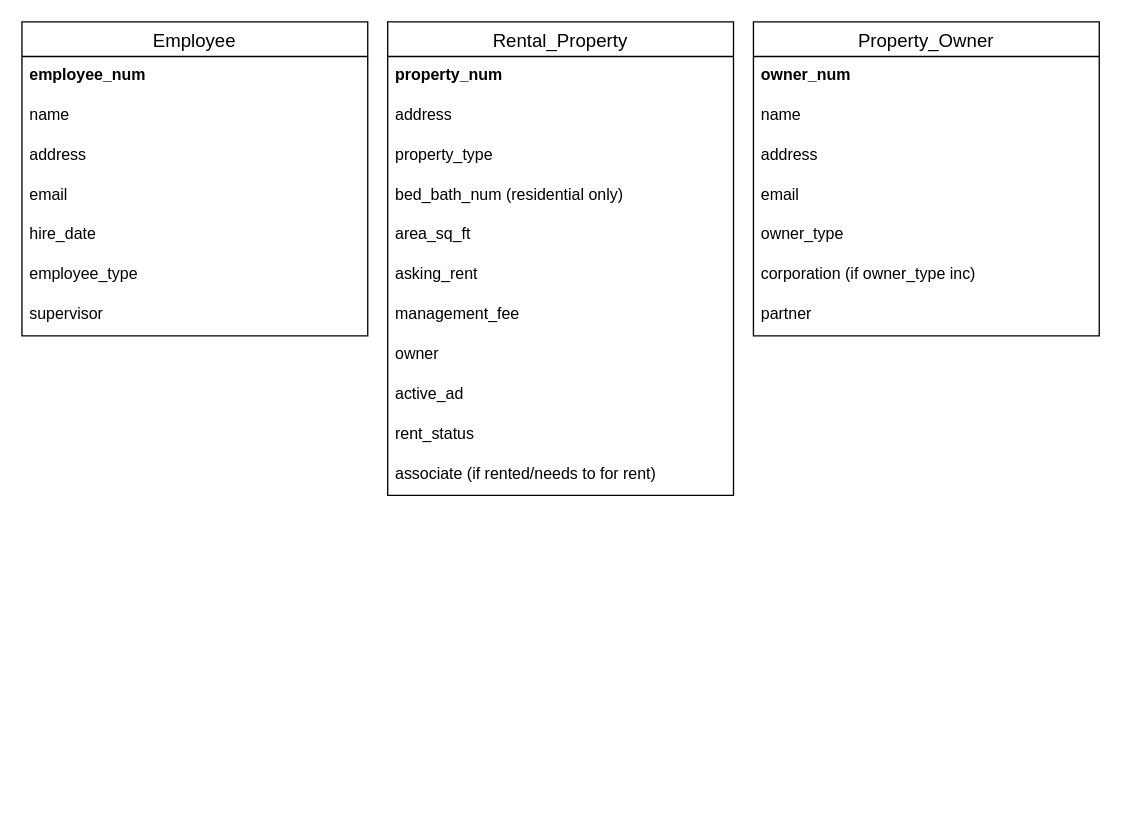
Earlier version of the draw.io diagram proj1phaseB.drawio (jennifn1/Miscellaneous). Source tidied: cells renumbered, new cells numbered last; positions are measured from the earlier drawing's top-left corner, leaving out a move shared by most shapes. Both pictures are drawn from the tidied source at 133%, with x=0, y=0 at pixel (21, 21).
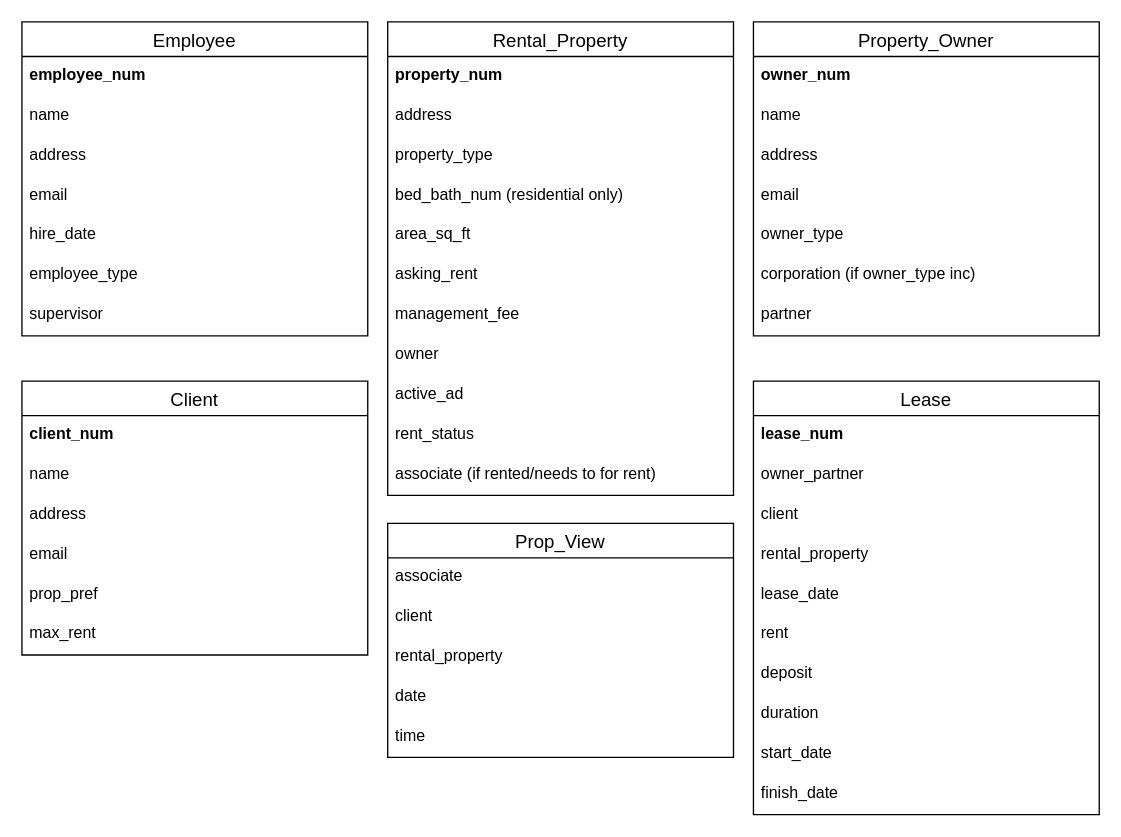
The same page after the edit.

Commit message:
baseline entities created

Diff of the diagram source:
```diff
@@
+    <mxCell id="30" value="Client" style="swimlane;fontStyle=0;horizontal=1;startSize=26;align=center;fontSize=14;" parent="1" vertex="1">
+      <mxGeometry y="270" width="260" height="206" as="geometry" />
+    </mxCell>
+    <mxCell id="31" value="client_num" style="text;strokeColor=none;fillColor=none;spacingLeft=4;spacingRight=4;overflow=hidden;fontSize=12;fontStyle=1;" parent="30" vertex="1">
+      <mxGeometry y="26" width="260" height="30" as="geometry" />
+    </mxCell>
+    <mxCell id="32" value="name" style="text;strokeColor=none;fillColor=none;spacingLeft=4;spacingRight=4;overflow=hidden;fontSize=12;" parent="30" vertex="1">
+      <mxGeometry y="56" width="260" height="30" as="geometry" />
+    </mxCell>
+    <mxCell id="33" value="address" style="text;strokeColor=none;fillColor=none;spacingLeft=4;spacingRight=4;overflow=hidden;fontSize=12;" parent="30" vertex="1">
+      <mxGeometry y="86" width="260" height="30" as="geometry" />
+    </mxCell>
+    <mxCell id="34" value="email" style="text;strokeColor=none;fillColor=none;spacingLeft=4;spacingRight=4;overflow=hidden;fontSize=12;" parent="30" vertex="1">
+      <mxGeometry y="116" width="260" height="30" as="geometry" />
+    </mxCell>
+    <mxCell id="35" value="prop_pref" style="text;strokeColor=none;fillColor=none;spacingLeft=4;spacingRight=4;overflow=hidden;fontSize=12;" parent="30" vertex="1">
+      <mxGeometry y="146" width="260" height="30" as="geometry" />
+    </mxCell>
+    <mxCell id="36" value="max_rent" style="text;strokeColor=none;fillColor=none;spacingLeft=4;spacingRight=4;overflow=hidden;fontSize=12;" parent="30" vertex="1">
+      <mxGeometry y="176" width="260" height="30" as="geometry" />
+    </mxCell>
+    <mxCell id="37" value="Prop_View" style="swimlane;fontStyle=0;horizontal=1;startSize=26;align=center;fontSize=14;" parent="1" vertex="1">
+      <mxGeometry x="275" y="377" width="260" height="176" as="geometry" />
+    </mxCell>
+    <mxCell id="38" value="associate" style="text;strokeColor=none;fillColor=none;spacingLeft=4;spacingRight=4;overflow=hidden;fontSize=12;" parent="37" vertex="1">
+      <mxGeometry y="26" width="260" height="30" as="geometry" />
+    </mxCell>
+    <mxCell id="39" value="client" style="text;strokeColor=none;fillColor=none;spacingLeft=4;spacingRight=4;overflow=hidden;fontSize=12;" parent="37" vertex="1">
+      <mxGeometry y="56" width="260" height="30" as="geometry" />
+    </mxCell>
+    <mxCell id="40" value="rental_property" style="text;strokeColor=none;fillColor=none;spacingLeft=4;spacingRight=4;overflow=hidden;fontSize=12;" parent="37" vertex="1">
+      <mxGeometry y="86" width="260" height="30" as="geometry" />
+    </mxCell>
+    <mxCell id="41" value="date" style="text;strokeColor=none;fillColor=none;spacingLeft=4;spacingRight=4;overflow=hidden;fontSize=12;" parent="37" vertex="1">
+      <mxGeometry y="116" width="260" height="30" as="geometry" />
+    </mxCell>
+    <mxCell id="42" value="time" style="text;strokeColor=none;fillColor=none;spacingLeft=4;spacingRight=4;overflow=hidden;fontSize=12;" parent="37" vertex="1">
+      <mxGeometry y="146" width="260" height="30" as="geometry" />
+    </mxCell>
+    <mxCell id="43" value="Lease" style="swimlane;fontStyle=0;horizontal=1;startSize=26;align=center;fontSize=14;" parent="1" vertex="1">
+      <mxGeometry x="550" y="270" width="260" height="326" as="geometry" />
+    </mxCell>
+    <mxCell id="44" value="lease_num" style="text;strokeColor=none;fillColor=none;spacingLeft=4;spacingRight=4;overflow=hidden;fontSize=12;fontStyle=1;" parent="43" vertex="1">
+      <mxGeometry y="26" width="260" height="30" as="geometry" />
+    </mxCell>
+    <mxCell id="45" value="owner_partner" style="text;strokeColor=none;fillColor=none;spacingLeft=4;spacingRight=4;overflow=hidden;fontSize=12;" parent="43" vertex="1">
+      <mxGeometry y="56" width="260" height="30" as="geometry" />
+    </mxCell>
+    <mxCell id="46" value="client" style="text;strokeColor=none;fillColor=none;spacingLeft=4;spacingRight=4;overflow=hidden;fontSize=12;" parent="43" vertex="1">
+      <mxGeometry y="86" width="260" height="30" as="geometry" />
+    </mxCell>
+    <mxCell id="47" value="rental_property" style="text;strokeColor=none;fillColor=none;spacingLeft=4;spacingRight=4;overflow=hidden;fontSize=12;" parent="43" vertex="1">
+      <mxGeometry y="116" width="260" height="30" as="geometry" />
+    </mxCell>
+    <mxCell id="48" value="lease_date" style="text;strokeColor=none;fillColor=none;spacingLeft=4;spacingRight=4;overflow=hidden;fontSize=12;" parent="43" vertex="1">
+      <mxGeometry y="146" width="260" height="30" as="geometry" />
+    </mxCell>
+    <mxCell id="49" value="rent" style="text;strokeColor=none;fillColor=none;spacingLeft=4;spacingRight=4;overflow=hidden;fontSize=12;" parent="43" vertex="1">
+      <mxGeometry y="176" width="260" height="30" as="geometry" />
+    </mxCell>
+    <mxCell id="50" value="deposit" style="text;strokeColor=none;fillColor=none;spacingLeft=4;spacingRight=4;overflow=hidden;fontSize=12;" parent="43" vertex="1">
+      <mxGeometry y="206" width="260" height="30" as="geometry" />
+    </mxCell>
+    <mxCell id="51" value="duration" style="text;strokeColor=none;fillColor=none;spacingLeft=4;spacingRight=4;overflow=hidden;fontSize=12;" parent="43" vertex="1">
+      <mxGeometry y="236" width="260" height="30" as="geometry" />
+    </mxCell>
+    <mxCell id="52" value="start_date" style="text;strokeColor=none;fillColor=none;spacingLeft=4;spacingRight=4;overflow=hidden;fontSize=12;" parent="43" vertex="1">
+      <mxGeometry y="266" width="260" height="30" as="geometry" />
+    </mxCell>
+    <mxCell id="53" value="finish_date" style="text;strokeColor=none;fillColor=none;spacingLeft=4;spacingRight=4;overflow=hidden;fontSize=12;" parent="43" vertex="1">
+      <mxGeometry y="296" width="260" height="30" as="geometry" />
+    </mxCell>
```
